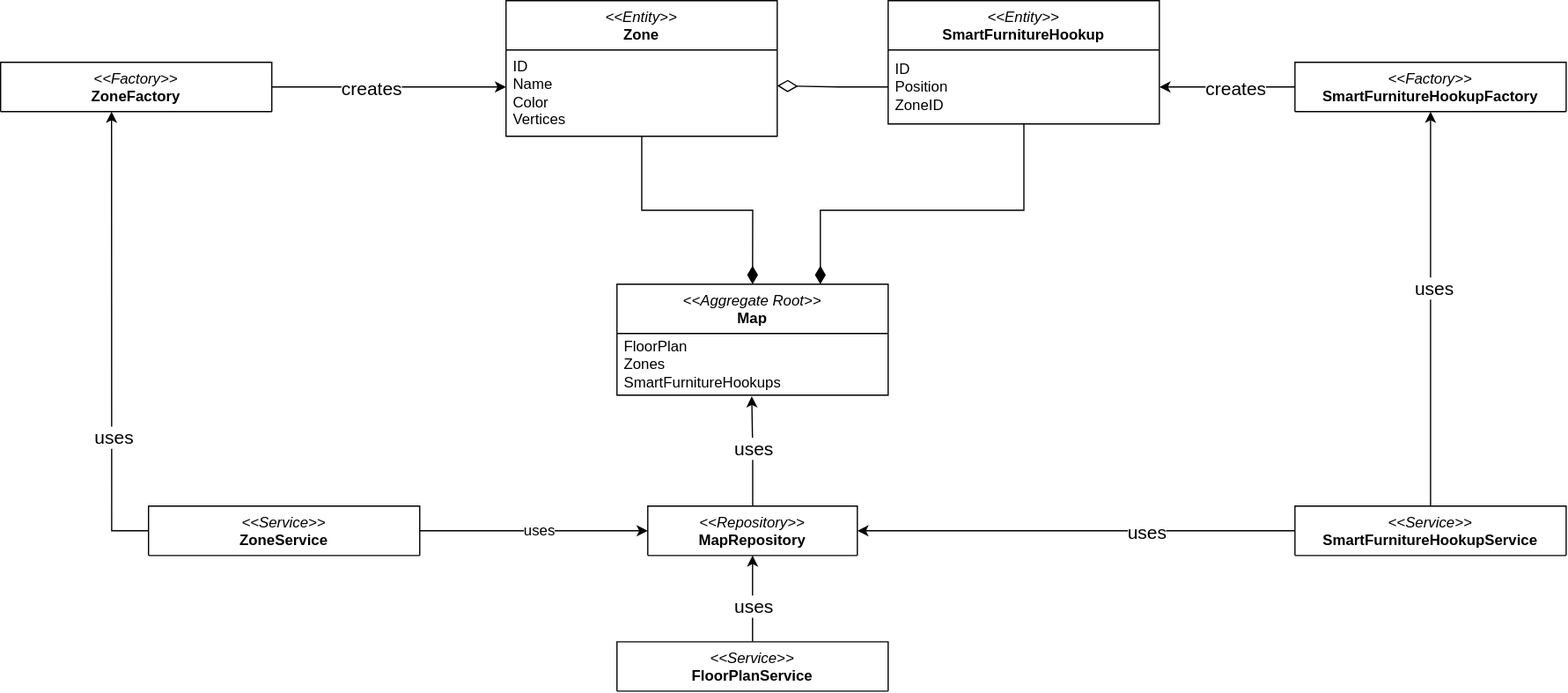
Above: docs/report/img/uml/map_ddd.svg in EnergyConsumptionOptimizer/documentation (draw.io), before the change. Source tidied: cells renumbered, new cells last; positions are measured from the earlier drawing's top-left corner, leaving out a move shared by most shapes.
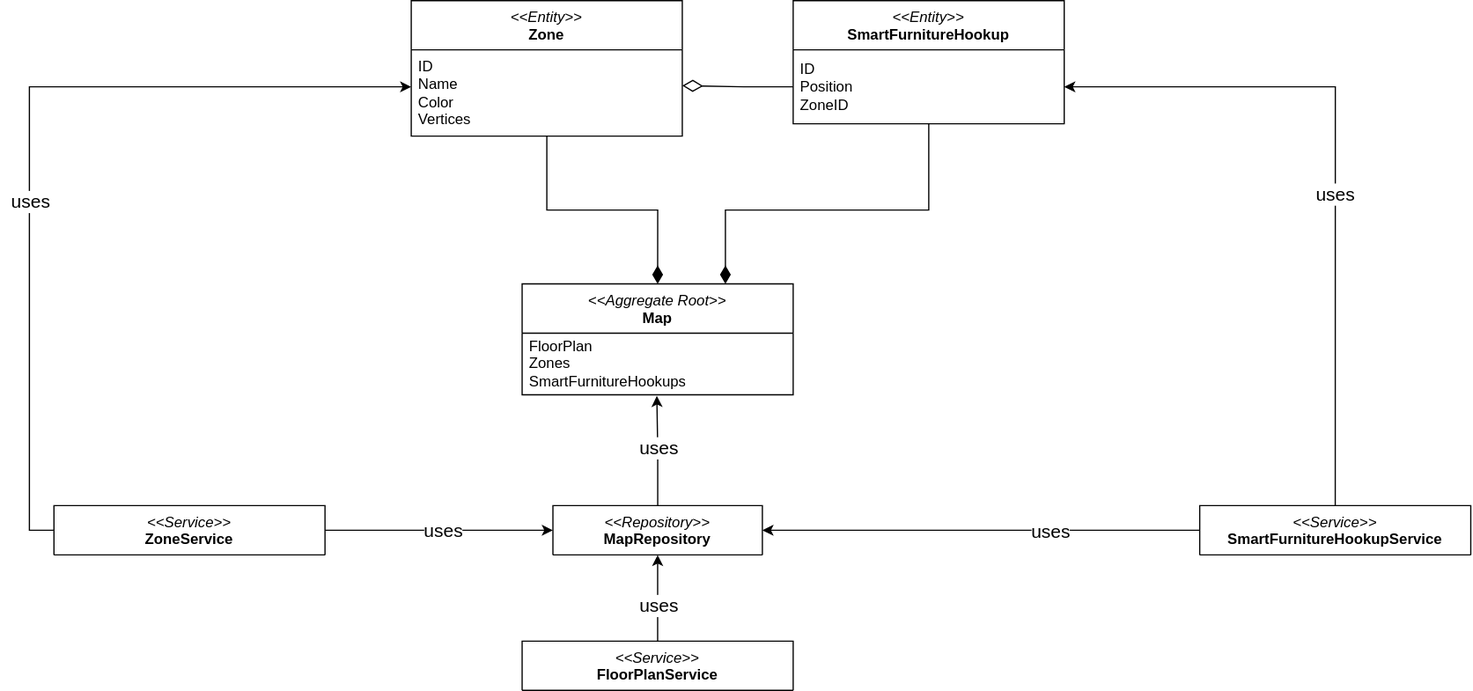
Above is the later version.

What changed in the source:
```diff
@@ -8,39 +8,25 @@
     <mxCell id="3" value="FloorPlan&lt;br&gt;Zones&lt;br&gt;SmartFurnitureHookups" style="text;html=1;strokeColor=none;fillColor=none;align=left;verticalAlign=middle;spacingLeft=4;spacingRight=4;overflow=hidden;points=[[0,0.5],[1,0.5]];portConstraint=eastwest;whiteSpace=wrap;" parent="2" vertex="1">
       <mxGeometry y="40" width="220" height="50" as="geometry" />
     </mxCell>
-    <mxCell id="4" style="edgeStyle=orthogonalEdgeStyle;rounded=0;jettySize=auto;html=1;" parent="1" edge="1" source="6" target="17">
-      <mxGeometry relative="1" as="geometry" />
-    </mxCell>
-    <mxCell id="5" value="creates" style="edgeLabel;html=1;align=center;verticalAlign=middle;fontSize=15;" parent="4" vertex="1">
-      <mxGeometry x="-0.1" y="1" relative="1" as="geometry">
-        <mxPoint y="-1" as="offset" />
-      </mxGeometry>
-    </mxCell>
-    <mxCell id="6" value="&lt;i&gt;&amp;lt;&amp;lt;Factory&amp;gt;&amp;gt;&lt;/i&gt;&lt;br&gt;&lt;b&gt;SmartFurnitureHookupFactory&lt;/b&gt;" style="swimlane;fontStyle=0;align=center;verticalAlign=top;horizontal=1;startSize=40;html=1;whiteSpace=wrap;" parent="1" vertex="1">
-      <mxGeometry x="1050" y="50" width="220" height="40" as="geometry" />
-    </mxCell>
+    <mxCell id="33" style="edgeStyle=orthogonalEdgeStyle;rounded=0;jettySize=auto;html=1;exitX=0.5;exitY=0;exitDx=0;exitDy=0;" parent="1" edge="1" source="32" target="17">
+      <mxGeometry relative="1" as="geometry" />
+    </mxCell>
+    <mxCell id="34" value="creates" style="edgeLabel;html=1;align=center;verticalAlign=middle;fontSize=15;" parent="33" vertex="1">
+      <mxGeometry x="-0.1" y="1" relative="1" as="geometry">
+        <mxPoint y="-1" as="offset" />
+      </mxGeometry>
+    </mxCell>
     <mxCell id="7" value="&lt;i&gt;&amp;lt;&amp;lt;Repository&amp;gt;&amp;gt;&lt;/i&gt;&lt;br&gt;&lt;b&gt;MapRepository&lt;/b&gt;" style="swimlane;fontStyle=0;align=center;verticalAlign=top;horizontal=1;startSize=40;html=1;whiteSpace=wrap;" parent="1" vertex="1">
       <mxGeometry x="525" y="410" width="170" height="40" as="geometry" />
     </mxCell>
-    <mxCell id="8" style="edgeStyle=orthogonalEdgeStyle;rounded=0;jettySize=auto;html=1;exitX=0;exitY=0.5;exitDx=0;exitDy=0;" parent="1" edge="1" source="25">
-      <mxGeometry relative="1" as="geometry">
-        <mxPoint x="90" y="90" as="targetPoint" />
-        <Array as="points">
-          <mxPoint x="90" y="430" />
-        </Array>
-      </mxGeometry>
-    </mxCell>
-    <mxCell id="9" value="uses" style="edgeLabel;html=1;align=center;verticalAlign=middle;fontSize=15;" parent="8" vertex="1">
-      <mxGeometry x="-0.42" y="-1" relative="1" as="geometry" />
-    </mxCell>
     <mxCell id="10" style="edgeStyle=orthogonalEdgeStyle;rounded=0;jettySize=auto;html=1;entryX=0.5;entryY=1;entryDx=0;entryDy=0;" parent="1" edge="1" source="12" target="7">
       <mxGeometry relative="1" as="geometry" />
     </mxCell>
-    <mxCell id="11" value="uses" style="edgeLabel;html=1;align=center;verticalAlign=middle;fontSize=15;" parent="10" vertex="1">
-      <mxGeometry x="0.14" relative="1" as="geometry">
-        <mxPoint y="10" as="offset" />
-      </mxGeometry>
-    </mxCell>
+    <mxCell id="35" value="uses" style="edgeLabel;html=1;align=center;verticalAlign=middle;fontSize=15;" parent="10" vertex="1">
+      <mxGeometry x="0.14" relative="1" as="geometry">
+        <mxPoint y="10" as="offset" />
+      </mxGeometry>
+    </mxCell>
     <mxCell id="12" value="&lt;i&gt;&amp;lt;&amp;lt;Service&amp;gt;&amp;gt;&lt;/i&gt;&lt;br&gt;&lt;b&gt;FloorPlanService&lt;/b&gt;" style="swimlane;fontStyle=0;align=center;verticalAlign=top;horizontal=1;startSize=40;html=1;whiteSpace=wrap;" parent="1" vertex="1">
       <mxGeometry x="500" y="520" width="220" height="40" as="geometry" />
     </mxCell>
@@ -75,46 +61,41 @@
         </Array>
       </mxGeometry>
     </mxCell>
-    <mxCell id="20" value="&lt;i&gt;&amp;lt;&amp;lt;Factory&amp;gt;&amp;gt;&lt;/i&gt;&lt;br&gt;&lt;b&gt;ZoneFactory&lt;/b&gt;" style="swimlane;fontStyle=0;align=center;verticalAlign=top;horizontal=1;startSize=40;html=1;whiteSpace=wrap;" parent="1" vertex="1">
-      <mxGeometry y="50" width="220" height="40" as="geometry" />
-    </mxCell>
-    <mxCell id="21" style="edgeStyle=orthogonalEdgeStyle;rounded=0;jettySize=auto;html=1;" parent="1" edge="1" source="20">
-      <mxGeometry relative="1" as="geometry">
-        <mxPoint x="410" y="70" as="targetPoint" />
-      </mxGeometry>
-    </mxCell>
-    <mxCell id="22" value="creates" style="edgeLabel;html=1;align=center;verticalAlign=middle;fontSize=15;" parent="21" vertex="1">
-      <mxGeometry x="-0.17" relative="1" as="geometry" />
-    </mxCell>
+    <mxCell id="36" style="edgeStyle=orthogonalEdgeStyle;rounded=0;jettySize=auto;html=1;exitX=0;exitY=0.5;exitDx=0;exitDy=0;" parent="1" edge="1" source="25">
+      <mxGeometry relative="1" as="geometry">
+        <mxPoint x="410" y="70" as="targetPoint" />
+        <Array as="points">
+          <mxPoint x="100" y="430" />
+          <mxPoint x="100" y="70" />
+        </Array>
+      </mxGeometry>
+    </mxCell>
+    <mxCell id="37" value="creates" style="edgeLabel;html=1;align=center;verticalAlign=middle;fontSize=15;" parent="36" vertex="1">
+      <mxGeometry x="-0.17" relative="1" as="geometry" />
+    </mxCell>
     <mxCell id="23" style="edgeStyle=orthogonalEdgeStyle;rounded=0;jettySize=auto;html=1;entryX=0;entryY=0.5;entryDx=0;entryDy=0;" parent="1" edge="1" source="25" target="7">
       <mxGeometry relative="1" as="geometry" />
     </mxCell>
-    <mxCell id="24" value="uses" style="edgeLabel;html=1;align=center;verticalAlign=middle;fontSize=12;" parent="23" vertex="1">
-      <mxGeometry x="0.03" y="1" relative="1" as="geometry" />
-    </mxCell>
+    <mxCell id="38" value="uses" style="edgeLabel;html=1;align=center;verticalAlign=middle;fontSize=15;" parent="23" vertex="1">
+      <mxGeometry x="0.03" y="1" relative="1" as="geometry" />
+    </mxCell>
     <mxCell id="25" value="&lt;i&gt;&amp;lt;&amp;lt;Service&amp;gt;&amp;gt;&lt;/i&gt;&lt;br&gt;&lt;b&gt;ZoneService&lt;/b&gt;" style="swimlane;fontStyle=0;align=center;verticalAlign=top;horizontal=1;startSize=40;html=1;whiteSpace=wrap;" parent="1" vertex="1">
       <mxGeometry x="120" y="410" width="220" height="40" as="geometry" />
     </mxCell>
     <mxCell id="26" style="edgeStyle=orthogonalEdgeStyle;rounded=0;jettySize=auto;html=1;entryX=0.497;entryY=1.018;entryDx=0;entryDy=0;entryPerimeter=0;" parent="1" edge="1" source="7" target="3">
       <mxGeometry relative="1" as="geometry" />
     </mxCell>
-    <mxCell id="27" value="uses" style="edgeLabel;html=1;align=center;verticalAlign=middle;fontSize=15;" parent="26" vertex="1">
-      <mxGeometry x="0.07" y="-1" relative="1" as="geometry" />
-    </mxCell>
-    <mxCell id="28" style="edgeStyle=orthogonalEdgeStyle;rounded=0;jettySize=auto;html=1;" parent="1" edge="1" source="32" target="6">
-      <mxGeometry relative="1" as="geometry" />
-    </mxCell>
-    <mxCell id="29" value="&lt;font style=&quot;font-size: 15px;&quot;&gt;uses&lt;/font&gt;" style="edgeLabel;html=1;align=center;verticalAlign=middle;" parent="28" vertex="1">
-      <mxGeometry x="0.11" y="-2" relative="1" as="geometry" />
-    </mxCell>
+    <mxCell id="39" value="uses" style="edgeLabel;html=1;align=center;verticalAlign=middle;fontSize=15;" parent="26" vertex="1">
+      <mxGeometry x="0.07" y="-1" relative="1" as="geometry" />
+    </mxCell>
     <mxCell id="30" style="edgeStyle=orthogonalEdgeStyle;rounded=0;jettySize=auto;html=1;entryX=1;entryY=0.5;entryDx=0;entryDy=0;" parent="1" edge="1" source="32" target="7">
       <mxGeometry relative="1" as="geometry" />
     </mxCell>
-    <mxCell id="31" value="uses" style="edgeLabel;html=1;align=center;verticalAlign=middle;fontSize=15;" parent="30" vertex="1">
-      <mxGeometry x="-0.31" y="4" relative="1" as="geometry">
-        <mxPoint x="1" y="-4" as="offset" />
-      </mxGeometry>
-    </mxCell>
+    <mxCell id="40" value="uses" style="edgeLabel;html=1;align=center;verticalAlign=middle;fontSize=15;" parent="30" vertex="1">
+      <mxGeometry x="-0.31" y="4" relative="1" as="geometry">
+        <mxPoint x="1" y="-4" as="offset" />
+      </mxGeometry>
+    </mxCell>
     <mxCell id="32" value="&lt;i&gt;&amp;lt;&amp;lt;Service&amp;gt;&amp;gt;&lt;/i&gt;&lt;br&gt;&lt;b&gt;SmartFurnitureHookup&lt;/b&gt;&lt;b&gt;Service&lt;/b&gt;" style="swimlane;fontStyle=0;align=center;verticalAlign=top;horizontal=1;startSize=40;html=1;whiteSpace=wrap;" parent="1" vertex="1">
       <mxGeometry x="1050" y="410" width="220" height="40" as="geometry" />
     </mxCell>
```
